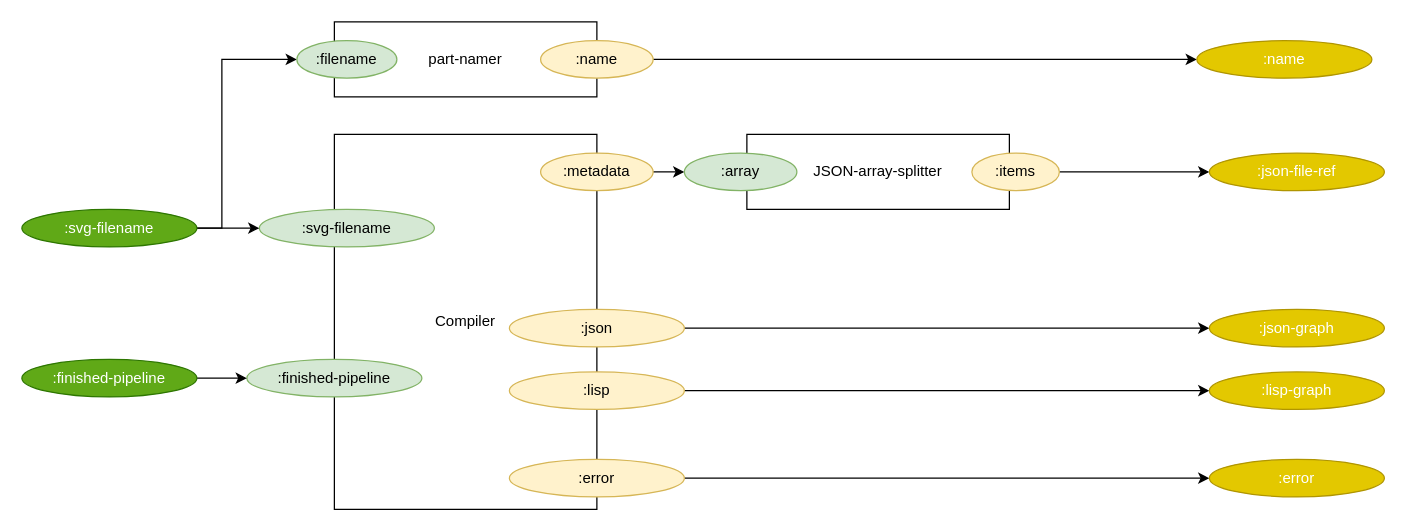
This is page "2. compile-single-diagram" (3 of 6) of build_process/cl-build/build.drawio from bmfbp/bmfbp, a draw.io file, before an edit. Source tidied: cells renumbered, new cells numbered last; positions are measured from the earlier drawing's top-left corner, leaving out a move shared by most shapes. Both pictures are drawn from the tidied source at 125%, with x=0, y=0 at pixel (21, 21).
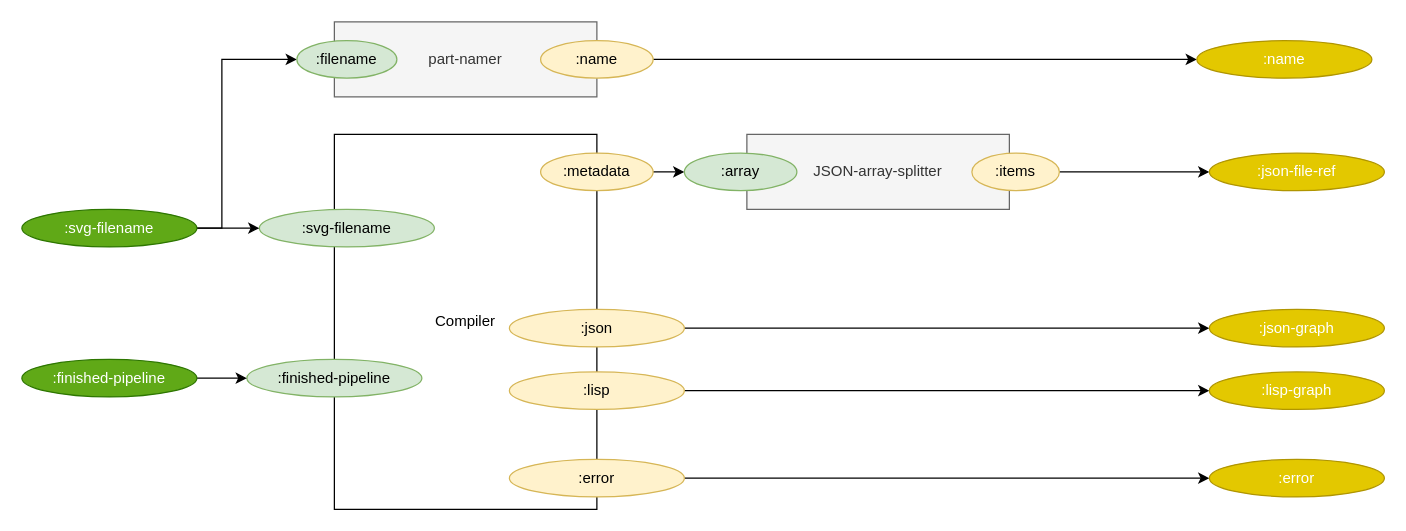
The same page after the edit.

Commit message (it also covers changes not shown here):
wip: getting build to produce JSON output

Diff of the diagram source:
```diff
@@
-    <mxCell id="15" value="part-namer" style="rounded=0;whiteSpace=wrap;html=1;strokeColor=#000000;align=center;" parent="1" vertex="1">
+    <mxCell id="15" value="part-namer" style="rounded=0;whiteSpace=wrap;html=1;strokeColor=#666666;align=center;fillColor=#f5f5f5;fontColor=#333333;" parent="1" vertex="1">
       <mxGeometry x="250" width="210" height="60" as="geometry" />
     </mxCell>
@@
-    <mxCell id="20" value="JSON-array-splitter" style="rounded=0;whiteSpace=wrap;html=1;strokeColor=#000000;align=center;" parent="1" vertex="1">
+    <mxCell id="20" value="JSON-array-splitter" style="rounded=0;whiteSpace=wrap;html=1;strokeColor=#666666;align=center;fillColor=#f5f5f5;fontColor=#333333;" parent="1" vertex="1">
       <mxGeometry x="580" y="90" width="210" height="60" as="geometry" />
     </mxCell>
```
